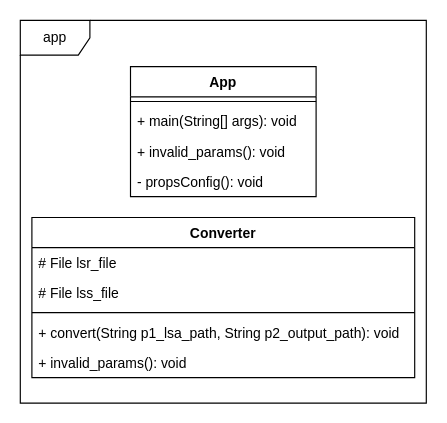
Earlier version of the draw.io diagram img/drawio/cls_app.drawio (Delzye/bachelors_thesis_anton_mende). Source tidied: cells renumbered, new cells numbered last; positions are measured from the earlier drawing's top-left corner, leaving out a move shared by most shapes. Both pictures are drawn from the tidied source at 116%, with x=0, y=0 at pixel (20, 20).
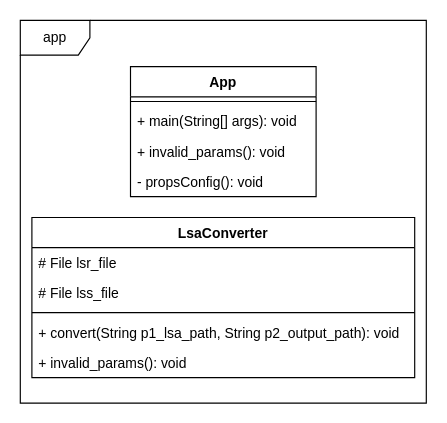
The same page after the edit.

The edit, as a diff of the source:
```diff
@@
 <mxGraphModel>
   <root>
     <mxCell id="0" />
     <mxCell id="1" parent="0" />
     <mxCell id="2" value="app" style="shape=umlFrame;whiteSpace=wrap;html=1;" parent="1" vertex="1">
       <mxGeometry width="350" height="330" as="geometry" />
     </mxCell>
     <mxCell id="3" value="App" style="swimlane;fontStyle=1;align=center;verticalAlign=top;horizontal=1;startSize=26;" parent="1" vertex="1">
       <mxGeometry x="95" y="40" width="160" height="112" as="geometry" />
     </mxCell>
     <mxCell id="4" style="line;strokeWidth=1;fillColor=none;align=left;verticalAlign=middle;spacingTop=-1;spacingLeft=3;spacingRight=3;labelPosition=right;" parent="3" vertex="1">
       <mxGeometry y="26" width="160" height="8" as="geometry" />
     </mxCell>
     <mxCell id="5" value="+ main(String[] args): void" style="text;strokeColor=none;fillColor=none;align=left;verticalAlign=top;spacingLeft=4;spacingRight=4;overflow=hidden;" parent="3" vertex="1">
       <mxGeometry y="34" width="160" height="26" as="geometry" />
     </mxCell>
     <mxCell id="6" value="+ invalid_params(): void" style="text;strokeColor=none;fillColor=none;align=left;verticalAlign=top;spacingLeft=4;spacingRight=4;overflow=hidden;" parent="3" vertex="1">
       <mxGeometry y="60" width="160" height="26" as="geometry" />
     </mxCell>
     <mxCell id="7" value="- propsConfig(): void" style="text;strokeColor=none;fillColor=none;align=left;verticalAlign=top;spacingLeft=4;spacingRight=4;overflow=hidden;" parent="3" vertex="1">
       <mxGeometry y="86" width="160" height="26" as="geometry" />
     </mxCell>
-    <mxCell id="8" value="Converter" style="swimlane;fontStyle=1;align=center;verticalAlign=top;horizontal=1;startSize=26;" parent="1" vertex="1">
+    <mxCell id="8" value="LsaConverter" style="swimlane;fontStyle=1;align=center;verticalAlign=top;horizontal=1;startSize=26;" parent="1" vertex="1">
       <mxGeometry x="10" y="170" width="330" height="138" as="geometry" />
     </mxCell>
     <mxCell id="9" value="# File lsr_file" style="text;strokeColor=none;fillColor=none;align=left;verticalAlign=top;spacingLeft=4;spacingRight=4;overflow=hidden;" parent="8" vertex="1">
       <mxGeometry y="26" width="330" height="26" as="geometry" />
     </mxCell>
     <mxCell id="10" value="# File lss_file" style="text;strokeColor=none;fillColor=none;align=left;verticalAlign=top;spacingLeft=4;spacingRight=4;overflow=hidden;" parent="8" vertex="1">
       <mxGeometry y="52" width="330" height="26" as="geometry" />
     </mxCell>
     <mxCell id="11" style="line;strokeWidth=1;fillColor=none;align=left;verticalAlign=middle;spacingTop=-1;spacingLeft=3;spacingRight=3;labelPosition=right;" parent="8" vertex="1">
       <mxGeometry y="78" width="330" height="8" as="geometry" />
     </mxCell>
     <mxCell id="12" value="+ convert(String p1_lsa_path, String p2_output_path): void" style="text;strokeColor=none;fillColor=none;align=left;verticalAlign=top;spacingLeft=4;spacingRight=4;overflow=hidden;" parent="8" vertex="1">
       <mxGeometry y="86" width="330" height="26" as="geometry" />
     </mxCell>
     <mxCell id="13" value="+ invalid_params(): void" style="text;strokeColor=none;fillColor=none;align=left;verticalAlign=top;spacingLeft=4;spacingRight=4;overflow=hidden;" parent="8" vertex="1">
       <mxGeometry y="112" width="330" height="26" as="geometry" />
     </mxCell>
   </root>
 </mxGraphModel>
```
